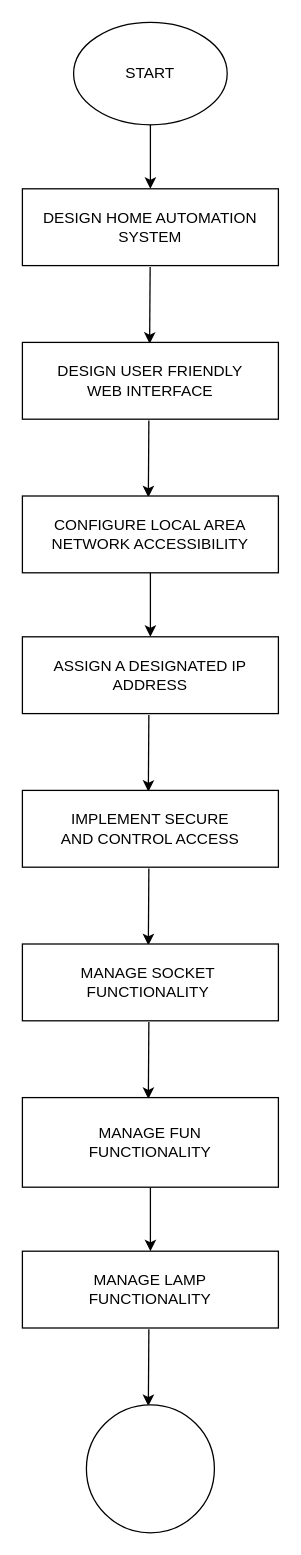
This is Untitled Diagram.drawio from AbNewman/Alex-The-Analyst-Bootcamp, a draw.io file, before an edit. Source tidied: cells renumbered, new cells numbered last; positions are measured from the earlier drawing's top-left corner, leaving out a move shared by most shapes. Both pictures are drawn from the tidied source at 128%, with x=0, y=0 at pixel (22, 22).
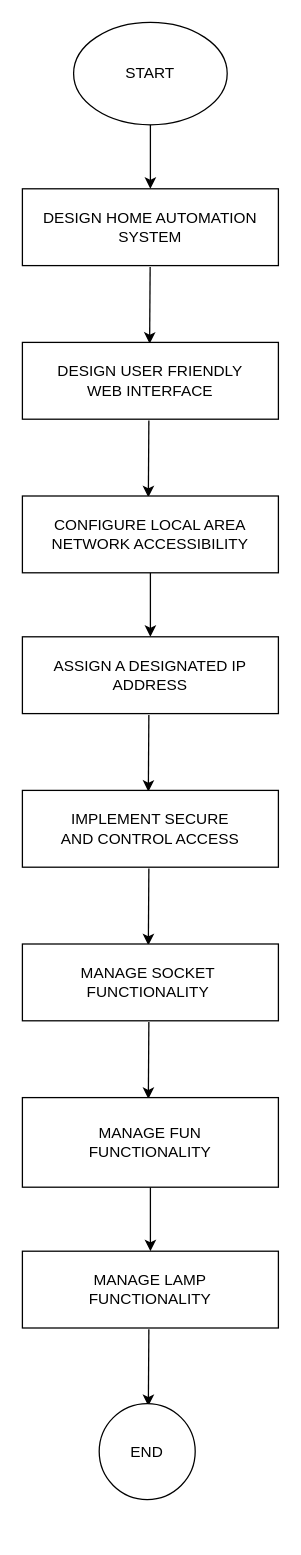
Above is the later version.

The edit, as a diff of the source:
```diff
@@
-    <mxCell id="20" style="ellipse;whiteSpace=wrap;html=1;" parent="1" vertex="1">
-      <mxGeometry x="50" y="1080" width="100" height="100" as="geometry" />
+    <mxCell id="20" value="END" style="ellipse;whiteSpace=wrap;html=1;" parent="1" vertex="1">
+      <mxGeometry x="60" y="1079" width="75" height="75" as="geometry" />
     </mxCell>
+    <mxCell id="21" style="edgeStyle=orthogonalEdgeStyle;rounded=0;orthogonalLoop=1;jettySize=auto;html=1;exitX=0.5;exitY=1;exitDx=0;exitDy=0;" parent="1" edge="1" source="20" target="20">
+      <mxGeometry relative="1" as="geometry" />
+    </mxCell>
```
